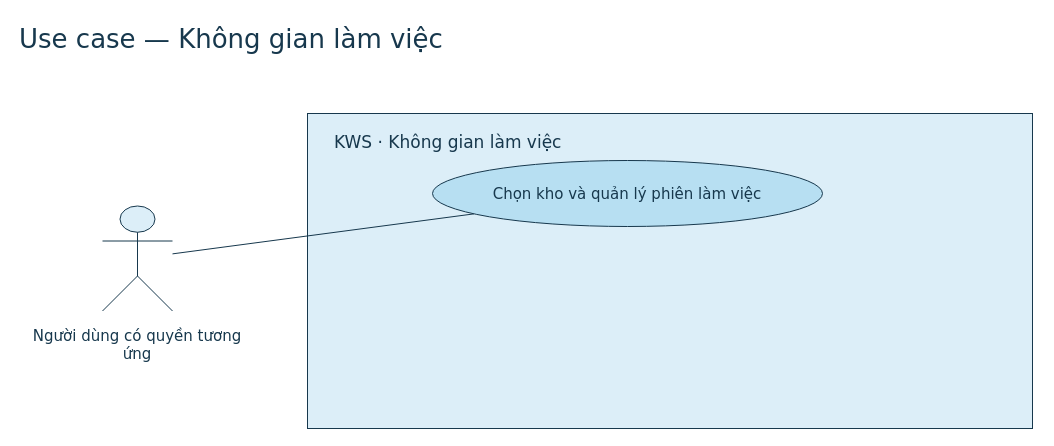
This is page "Use case — Khu vực làm việc" (10 of 36) of 03_So_do/Hien_hanh/KWS_Hien_hanh.drawio from KyotaFill/KWS, a draw.io file, before an edit. Source tidied: cells renumbered, new cells numbered last; positions are measured from the earlier drawing's top-left corner, leaving out a move shared by most shapes. Both pictures are drawn from the tidied source at 100%, with x=0, y=0 at pixel (17, 17).
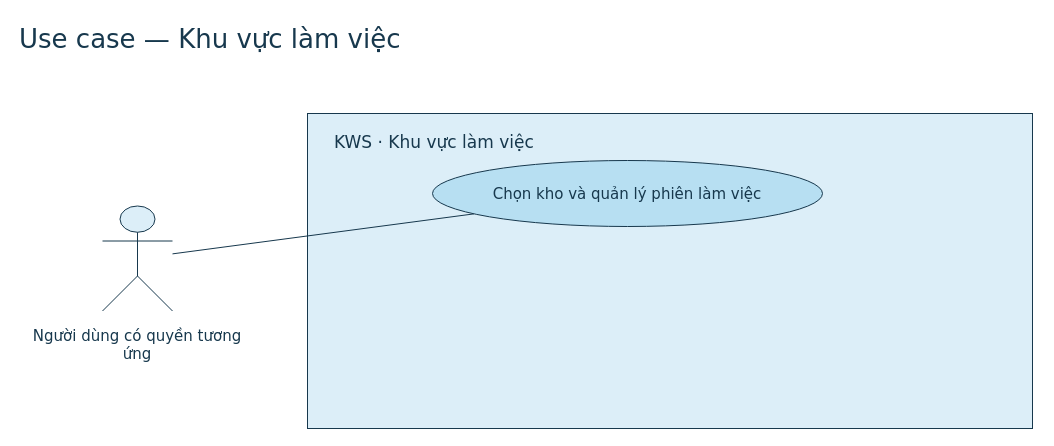
Above is the later version.

Change to the diagram source:
```diff
@@
 <mxGraphModel>
   <root>
     <mxCell id="0" />
     <mxCell id="1" parent="0" />
-    <mxCell id="2" value="Use case — Không gian làm việc" style="text;strokeColor=none;fillColor=none;fontSize=26;align=left;verticalAlign=top;html=1;whiteSpace=wrap;fontFamily=DejaVu Sans;fontColor=#17384d;" parent="1" vertex="1">
+    <mxCell id="2" value="Use case — Khu vực làm việc" style="text;strokeColor=none;fillColor=none;fontSize=26;align=left;verticalAlign=top;html=1;whiteSpace=wrap;fontFamily=DejaVu Sans;fontColor=#17384d;" parent="1" vertex="1">
       <mxGeometry width="1020" height="39.1" as="geometry" />
     </mxCell>
     <mxCell id="3" style="rounded=0;fillColor=#dceef8;strokeColor=#17384d;html=1;whiteSpace=wrap;fontFamily=DejaVu Sans;fontColor=#17384d;" parent="1" vertex="1">
       <mxGeometry x="290" y="96" width="725" height="315" as="geometry" />
     </mxCell>
-    <mxCell id="4" value="KWS · Không gian làm việc" style="text;strokeColor=none;fillColor=none;fontSize=17;align=left;verticalAlign=top;html=1;whiteSpace=wrap;fontFamily=DejaVu Sans;fontColor=#17384d;" parent="1" vertex="1">
+    <mxCell id="4" value="KWS · Khu vực làm việc" style="text;strokeColor=none;fillColor=none;fontSize=17;align=left;verticalAlign=top;html=1;whiteSpace=wrap;fontFamily=DejaVu Sans;fontColor=#17384d;" parent="1" vertex="1">
       <mxGeometry x="315" y="108" width="675" height="27" as="geometry" />
     </mxCell>
     <mxCell id="5" style="html=1;endArrow=none;endFill=1;strokeColor=#17384d;rounded=0;" parent="1" edge="1" source="6" target="8">
       <mxGeometry relative="1" as="geometry" />
     </mxCell>
     <mxCell id="6" style="shape=umlActor;fillColor=#dceef8;strokeColor=#17384d;html=1;whiteSpace=wrap;fontFamily=DejaVu Sans;fontColor=#17384d;" parent="1" vertex="1">
       <mxGeometry x="85" y="188.5" width="70" height="105" as="geometry" />
     </mxCell>
     <mxCell id="7" value="Người dùng có quyền tương ứng" style="text;strokeColor=none;fillColor=none;fontSize=15;align=center;verticalAlign=top;html=1;whiteSpace=wrap;fontFamily=DejaVu Sans;fontColor=#17384d;" parent="1" vertex="1">
       <mxGeometry x="5" y="302.5" width="230" height="44.5" as="geometry" />
     </mxCell>
     <mxCell id="8" value="Chọn kho và quản lý phiên làm việc" style="ellipse;fontSize=15;align=center;verticalAlign=middle;spacing=10;fillColor=#b7dff2;strokeColor=#17384d;html=1;whiteSpace=wrap;fontFamily=DejaVu Sans;fontColor=#17384d;" parent="1" vertex="1">
       <mxGeometry x="415" y="143" width="390" height="66" as="geometry" />
     </mxCell>
   </root>
 </mxGraphModel>
```
